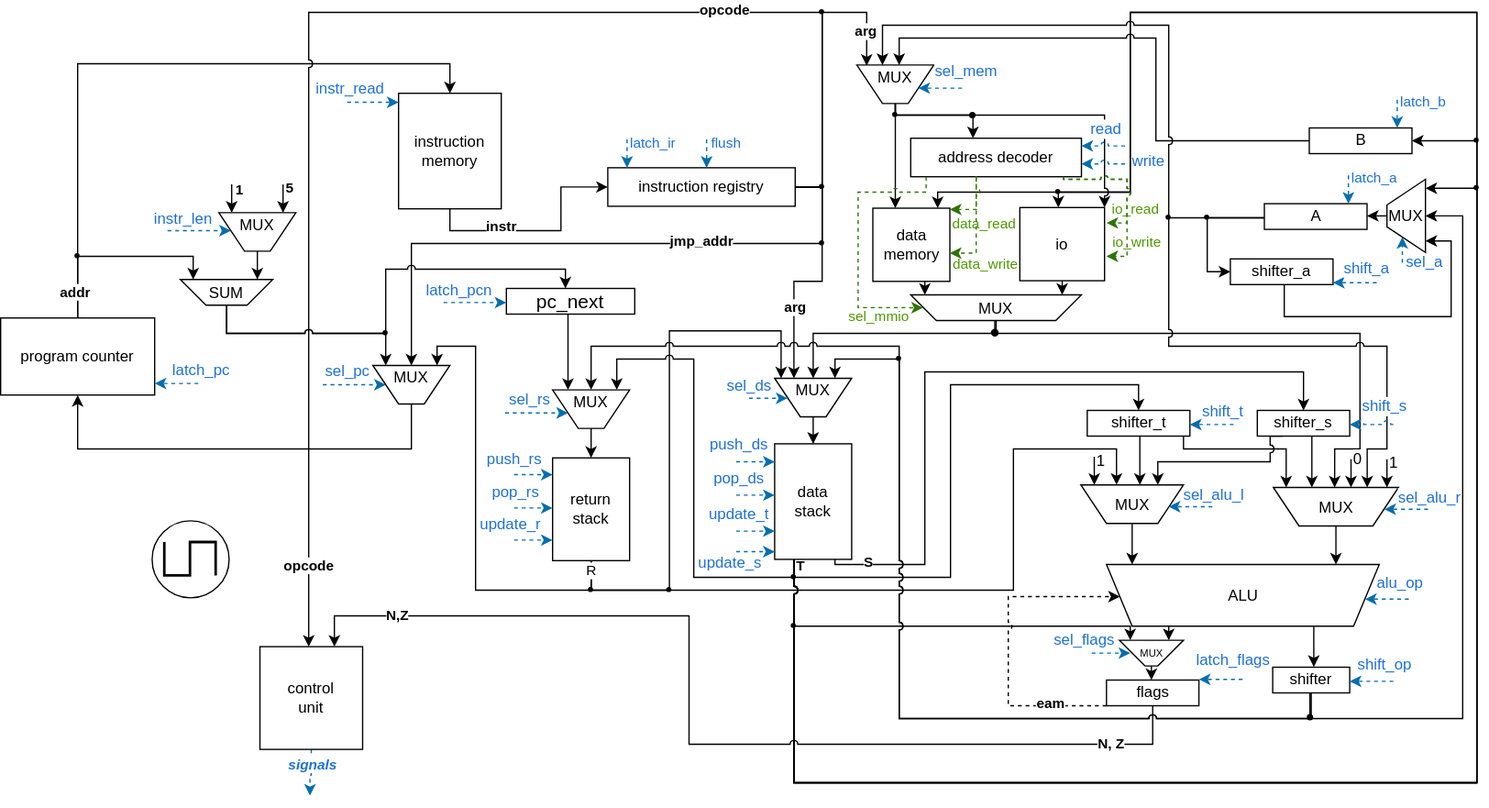
Above: CSA/Lab3/scheme/f32a-harv[-pipeline-2].svg in dxunvrs/ITMO (draw.io), before the change. Source tidied: cells renumbered, new cells last; positions are measured from the earlier drawing's top-left corner, leaving out a move shared by most shapes.
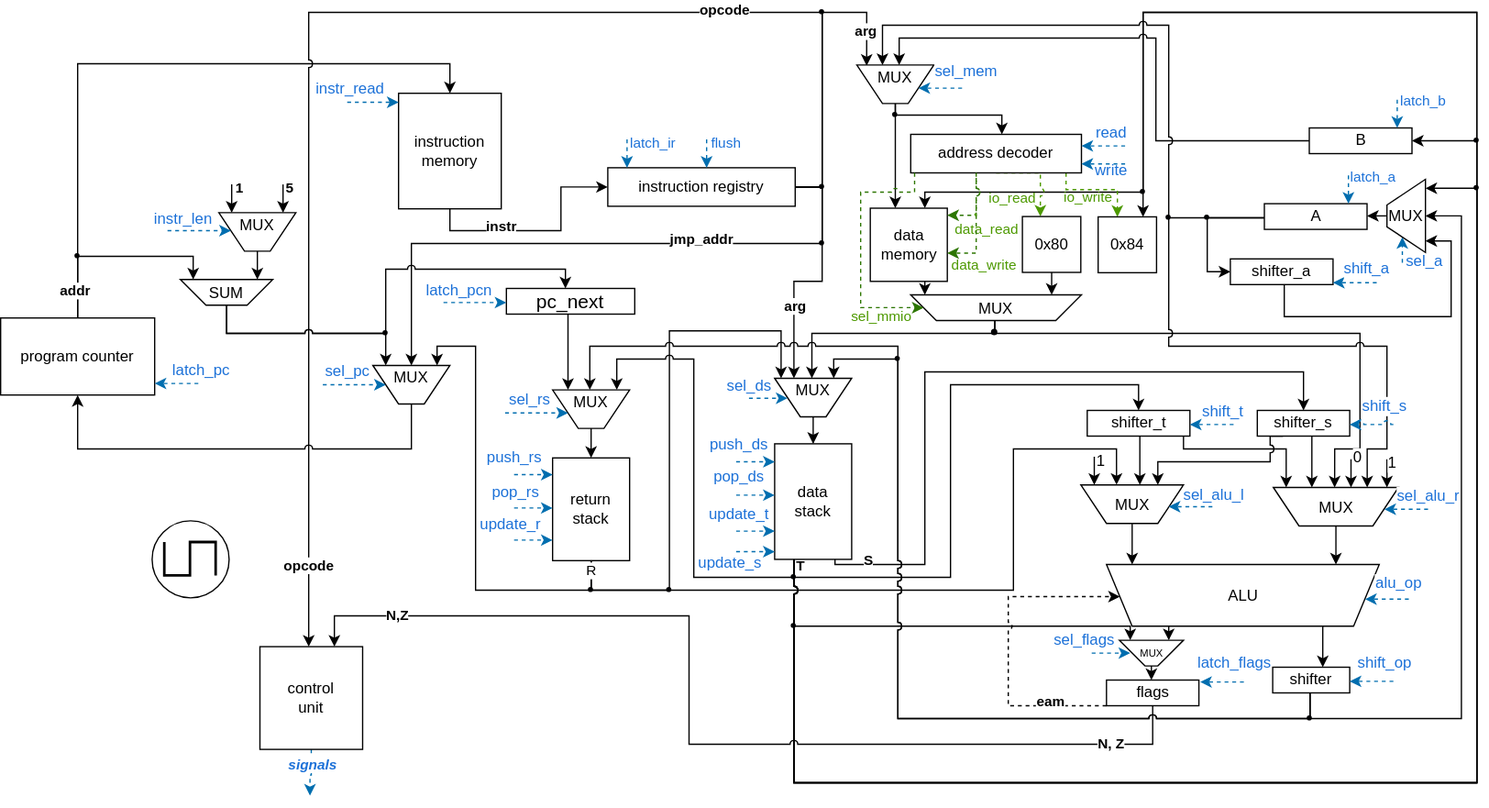
After the commit.

Commit message:
csa: another fix scheme

Change to the diagram source:
```diff
@@ -135,7 +135,9 @@
     </mxCell>
-    <mxCell id="25" style="edgeStyle=orthogonalEdgeStyle;rounded=0;jettySize=auto;html=1;" parent="1" edge="1" source="172" target="63">
+    <mxCell id="25" style="edgeStyle=orthogonalEdgeStyle;rounded=0;orthogonalLoop=1;jettySize=auto;html=1;" parent="1" edge="1">
       <mxGeometry x="0.33" relative="1" as="geometry">
+        <mxPoint x="774.5" y="242" as="sourcePoint" />
+        <mxPoint x="632" y="287" as="targetPoint" />
         <Array as="points">
-          <mxPoint x="775.5" y="252" />
-          <mxPoint x="633" y="252" />
+          <mxPoint x="774.5" y="252" />
+          <mxPoint x="632" y="252" />
         </Array>
@@ -264,6 +266,5 @@
     </mxCell>
-    <mxCell id="40" style="edgeStyle=orthogonalEdgeStyle;rounded=0;orthogonalLoop=1;jettySize=auto;html=1;exitX=0.25;exitY=1;exitDx=0;exitDy=0;jumpStyle=arc;" parent="1" edge="1">
-      <mxGeometry x="0.13" relative="1" as="geometry">
+    <mxCell id="40" style="edgeStyle=orthogonalEdgeStyle;rounded=0;jettySize=auto;html=1;exitX=0.25;exitY=1;exitDx=0;exitDy=0;jumpStyle=arc;" parent="1" edge="1" target="205">
+      <mxGeometry x="0.17" relative="1" as="geometry">
         <mxPoint x="618" y="428" as="sourcePoint" />
-        <mxPoint x="824" y="154" as="targetPoint" />
         <Array as="points">
@@ -272,5 +273,3 @@
           <mxPoint x="1150" y="2" />
-          <mxPoint x="880" y="2" />
-          <mxPoint x="880" y="142" />
-          <mxPoint x="824" y="142" />
+          <mxPoint x="890" y="2" />
         </Array>
@@ -279,5 +278,5 @@
     <mxCell id="41" style="edgeStyle=orthogonalEdgeStyle;rounded=0;orthogonalLoop=1;jettySize=auto;html=1;exitX=0.25;exitY=1;exitDx=0;exitDy=0;jumpStyle=arc;" parent="1" edge="1">
-      <mxGeometry x="0.68" relative="1" as="geometry">
+      <mxGeometry x="0.67" relative="1" as="geometry">
         <mxPoint x="618" y="428" as="sourcePoint" />
-        <mxPoint x="730" y="154.5" as="targetPoint" />
+        <mxPoint x="720" y="154.5" as="targetPoint" />
         <Array as="points">
@@ -286,5 +285,5 @@
           <mxPoint x="1150" y="2" />
-          <mxPoint x="880" y="2" />
-          <mxPoint x="880" y="142" />
-          <mxPoint x="730" y="142" />
+          <mxPoint x="890" y="2" />
+          <mxPoint x="890" y="142" />
+          <mxPoint x="720" y="142" />
         </Array>
@@ -340,8 +339,7 @@
     </mxCell>
-    <mxCell id="49" style="edgeStyle=orthogonalEdgeStyle;rounded=0;jettySize=auto;html=1;entryX=0.517;entryY=-0.013;entryDx=0;entryDy=0;entryPerimeter=0;" parent="1" edge="1" source="51">
-      <mxGeometry x="0.01" relative="1" as="geometry">
-        <mxPoint x="1023" y="511.7" as="targetPoint" />
+    <mxCell id="49" style="edgeStyle=orthogonalEdgeStyle;rounded=0;jettySize=auto;html=1;" parent="1" edge="1" source="51" target="80">
+      <mxGeometry x="0.03" relative="1" as="geometry">
         <Array as="points">
-          <mxPoint x="1023" y="490" />
-          <mxPoint x="1023" y="490" />
+          <mxPoint x="1030" y="510" />
+          <mxPoint x="1030" y="510" />
         </Array>
@@ -395,3 +393,3 @@
     </mxCell>
-    <mxCell id="58" style="edgeStyle=orthogonalEdgeStyle;rounded=0;jettySize=auto;html=1;" parent="1" edge="1" source="59" target="6">
+    <mxCell id="58" style="edgeStyle=orthogonalEdgeStyle;rounded=0;jettySize=auto;html=1;jumpStyle=arc;" parent="1" edge="1" source="59" target="6">
       <mxGeometry x="0.01" relative="1" as="geometry">
@@ -419,6 +417,6 @@
     <mxCell id="64" style="edgeStyle=orthogonalEdgeStyle;rounded=0;jettySize=auto;html=1;" parent="1" edge="1" source="67" target="163">
-      <mxGeometry x="-0.79" relative="1" as="geometry">
+      <mxGeometry x="-0.83" relative="1" as="geometry">
         <Array as="points">
           <mxPoint x="697" y="82" />
-          <mxPoint x="757.5" y="82" />
+          <mxPoint x="780" y="82" />
         </Array>
@@ -434,10 +432,2 @@
     </mxCell>
-    <mxCell id="66" style="edgeStyle=orthogonalEdgeStyle;rounded=0;jettySize=auto;html=1;jumpStyle=arc;" parent="1" edge="1" source="67" target="174">
-      <mxGeometry x="-0.16" relative="1" as="geometry">
-        <Array as="points">
-          <mxPoint x="697" y="82" />
-          <mxPoint x="860" y="82" />
-        </Array>
-      </mxGeometry>
-    </mxCell>
     <mxCell id="67" value="MUX" style="shape=trapezoid;perimeter=trapezoidPerimeter;whiteSpace=wrap;html=1;shapeInside=1;fixedSize=1;flipH=0;legacyAnchorPoints=0;flipV=1;" parent="1" vertex="1">
@@ -512,4 +502,4 @@
           <mxPoint x="1020" y="552" />
-          <mxPoint x="1139" y="552" />
-          <mxPoint x="1139" y="160.5" />
+          <mxPoint x="1138" y="552" />
+          <mxPoint x="1138" y="160.5" />
         </Array>
@@ -517,9 +507,10 @@
     </mxCell>
-    <mxCell id="78" style="edgeStyle=orthogonalEdgeStyle;rounded=0;jettySize=auto;html=1;jumpStyle=arc;" parent="1" edge="1" source="80" target="63">
+    <mxCell id="78" style="edgeStyle=orthogonalEdgeStyle;rounded=0;jettySize=auto;html=1;jumpStyle=arc;" parent="1" edge="1" source="80">
       <mxGeometry x="-0.1" relative="1" as="geometry">
+        <mxPoint x="649" y="287" as="targetPoint" />
         <Array as="points">
           <mxPoint x="1020" y="552" />
-          <mxPoint x="700" y="552" />
-          <mxPoint x="700" y="272" />
-          <mxPoint x="650" y="272" />
+          <mxPoint x="699" y="552" />
+          <mxPoint x="699" y="272" />
+          <mxPoint x="649" y="272" />
         </Array>
@@ -527,9 +518,10 @@
     </mxCell>
-    <mxCell id="79" style="edgeStyle=orthogonalEdgeStyle;rounded=0;jettySize=auto;html=1;jumpStyle=arc;" parent="1" edge="1" source="80" target="61">
+    <mxCell id="79" style="edgeStyle=orthogonalEdgeStyle;rounded=0;jettySize=auto;html=1;jumpStyle=arc;" parent="1" edge="1" source="80">
       <mxGeometry x="-0.03" relative="1" as="geometry">
+        <mxPoint x="459" y="296" as="targetPoint" />
         <Array as="points">
-          <mxPoint x="1021" y="552" />
-          <mxPoint x="700" y="552" />
-          <mxPoint x="700" y="262" />
-          <mxPoint x="460" y="262" />
+          <mxPoint x="1020" y="552" />
+          <mxPoint x="699" y="552" />
+          <mxPoint x="699" y="262" />
+          <mxPoint x="459" y="262" />
         </Array>
@@ -636,3 +628,3 @@
     <mxCell id="99" style="shape=ellipse;fillColor=#000103;strokeColor=none;html=1;sketch=0;" parent="1" vertex="1">
-      <mxGeometry x="1018" y="549" width="5" height="5" as="geometry" />
+      <mxGeometry x="1018" y="550" width="4" height="4" as="geometry" />
     </mxCell>
@@ -642,3 +634,3 @@
     <mxCell id="101" style="shape=ellipse;fillColor=#000103;strokeColor=none;html=1;sketch=0;" parent="1" vertex="1">
-      <mxGeometry x="772" y="249" width="6" height="6" as="geometry" />
+      <mxGeometry x="772" y="249" width="5" height="5" as="geometry" />
     </mxCell>
@@ -957,3 +949,3 @@
       <mxGeometry x="-0.59" y="1" relative="1" as="geometry">
-        <mxPoint x="7" y="-11" as="offset" />
+        <mxPoint x="6" y="-11" as="offset" />
       </mxGeometry>
@@ -1052,7 +1044,7 @@
       <mxGeometry x="-0.71" relative="1" as="geometry">
-        <mxPoint x="967.5" y="521.5" as="sourcePoint" />
-        <mxPoint x="933.5" y="521.5" as="targetPoint" />
+        <mxPoint x="968.5" y="523.5" as="sourcePoint" />
+        <mxPoint x="934.5" y="523.5" as="targetPoint" />
         <Array as="points">
-          <mxPoint x="947.5" y="521.5" />
-          <mxPoint x="947.5" y="521.5" />
+          <mxPoint x="948.5" y="523.5" />
+          <mxPoint x="948.5" y="523.5" />
         </Array>
@@ -1074,4 +1066,29 @@
     </mxCell>
+    <mxCell id="201" style="edgeStyle=orthogonalEdgeStyle;rounded=0;jettySize=auto;html=1;dashed=1;strokeColor=#4D9900;exitX=0.5;exitY=1;exitDx=0;exitDy=0;jumpStyle=arc;" parent="1" edge="1" source="163" target="204">
+      <mxGeometry x="0.11" relative="1" as="geometry">
+        <Array as="points">
+          <mxPoint x="810" y="127" />
+        </Array>
+      </mxGeometry>
+    </mxCell>
+    <mxCell id="168" value="io_read" style="edgeLabel;html=1;align=center;verticalAlign=middle;fontColor=#4D9900;labelBackgroundColor=none;" parent="201" vertex="1">
+      <mxGeometry x="0.17" relative="1" as="geometry">
+        <mxPoint x="-23" y="14" as="offset" />
+      </mxGeometry>
+    </mxCell>
+    <mxCell id="169" value="io_write" style="edgeLabel;html=1;align=center;verticalAlign=middle;fontColor=#4D9900;labelBackgroundColor=none;" parent="201" vertex="1">
+      <mxGeometry x="0.17" relative="1" as="geometry">
+        <mxPoint x="36" y="13" as="offset" />
+      </mxGeometry>
+    </mxCell>
+    <mxCell id="202" style="edgeStyle=orthogonalEdgeStyle;rounded=0;jettySize=auto;html=1;dashed=1;strokeColor=light-dark(#4D9900,#EDEDED);jumpStyle=arc;" parent="1" edge="1" source="163" target="205">
+      <mxGeometry x="0.05" relative="1" as="geometry">
+        <Array as="points">
+          <mxPoint x="830" y="140" />
+          <mxPoint x="870" y="140" />
+        </Array>
+      </mxGeometry>
+    </mxCell>
     <mxCell id="163" value="address decoder" style="rounded=0;whiteSpace=wrap;html=1;fontSize=12;" parent="1" vertex="1">
-      <mxGeometry x="709" y="100" width="133" height="30" as="geometry" />
+      <mxGeometry x="709" y="97" width="133" height="30" as="geometry" />
     </mxCell>
@@ -1086,10 +1103,9 @@
     <mxCell id="165" value="data&lt;br&gt;memory" style="rounded=0;whiteSpace=wrap;html=1;fontSize=12;" parent="1" vertex="1">
-      <mxGeometry x="679.5" y="154.5" width="60" height="57" as="geometry" />
+      <mxGeometry x="677.5" y="154.5" width="60" height="57" as="geometry" />
     </mxCell>
-    <mxCell id="166" style="edgeStyle=orthogonalEdgeStyle;rounded=0;orthogonalLoop=1;jettySize=auto;html=1;fillColor=#60a917;strokeColor=#2D7600;dashed=1;" parent="1" edge="1">
-      <mxGeometry x="-0.15" relative="1" as="geometry">
+    <mxCell id="166" style="edgeStyle=orthogonalEdgeStyle;rounded=0;jettySize=auto;html=1;fillColor=#60a917;strokeColor=#2D7600;dashed=1;jumpStyle=arc;" parent="1" edge="1" target="165">
+      <mxGeometry x="-0.26" relative="1" as="geometry">
         <mxPoint x="760" y="131" as="sourcePoint" />
-        <mxPoint x="739.5" y="155.5" as="targetPoint" />
         <Array as="points">
-          <mxPoint x="760" y="155.5" />
+          <mxPoint x="760" y="160" />
         </Array>
@@ -1098,18 +1114,8 @@
     <mxCell id="167" value="&lt;span style=&quot;color: rgb(77, 153, 0);&quot;&gt;data_write&lt;/span&gt;" style="edgeLabel;html=1;align=center;verticalAlign=middle;" parent="166" vertex="1">
-      <mxGeometry x="0.52" relative="1" as="geometry">
-        <mxPoint x="16" y="42" as="offset" />
+      <mxGeometry x="0.45" relative="1" as="geometry">
+        <mxPoint x="13" y="38" as="offset" />
       </mxGeometry>
     </mxCell>
-    <mxCell id="168" value="&lt;span style=&quot;color: rgb(77, 153, 0);&quot;&gt;io_read&lt;/span&gt;" style="edgeLabel;html=1;align=center;verticalAlign=middle;" parent="166" vertex="1">
-      <mxGeometry x="0.52" relative="1" as="geometry">
-        <mxPoint x="133" y="-1" as="offset" />
-      </mxGeometry>
-    </mxCell>
-    <mxCell id="169" value="&lt;span style=&quot;color: rgb(77, 153, 0);&quot;&gt;io_write&lt;/span&gt;" style="edgeLabel;html=1;align=center;verticalAlign=middle;" parent="166" vertex="1">
-      <mxGeometry x="0.52" relative="1" as="geometry">
-        <mxPoint x="134" y="25" as="offset" />
-      </mxGeometry>
-    </mxCell>
     <mxCell id="170" value="&lt;span style=&quot;color: rgb(77, 153, 0);&quot;&gt;data_read&lt;/span&gt;" style="edgeLabel;html=1;align=center;verticalAlign=middle;" parent="166" vertex="1">
-      <mxGeometry x="0.52" relative="1" as="geometry">
+      <mxGeometry x="0.45" relative="1" as="geometry">
         <mxPoint x="15" y="11" as="offset" />
@@ -1117,6 +1123,4 @@
     </mxCell>
-    <mxCell id="171" style="edgeStyle=orthogonalEdgeStyle;rounded=0;orthogonalLoop=1;jettySize=auto;html=1;fillColor=#60a917;strokeColor=#2D7600;dashed=1;jumpStyle=arc;" parent="1" edge="1">
-      <mxGeometry relative="1" as="geometry">
-        <mxPoint x="760" y="129.5" as="sourcePoint" />
-        <mxPoint x="739.5" y="189.5" as="targetPoint" />
+    <mxCell id="171" style="edgeStyle=orthogonalEdgeStyle;rounded=0;jettySize=auto;html=1;fillColor=#60a917;strokeColor=#2D7600;dashed=1;jumpStyle=arc;" parent="1" edge="1" source="163" target="165">
+      <mxGeometry x="-0.01" relative="1" as="geometry">
         <Array as="points">
@@ -1129,42 +1133,9 @@
     </mxCell>
-    <mxCell id="173" style="edgeStyle=orthogonalEdgeStyle;rounded=0;jettySize=auto;html=1;" parent="1" edge="1" source="174" target="172">
-      <mxGeometry relative="1" as="geometry">
-        <Array as="points">
-          <mxPoint x="820" y="202" />
-          <mxPoint x="820" y="202" />
-        </Array>
-      </mxGeometry>
-    </mxCell>
-    <mxCell id="174" value="io" style="rounded=0;whiteSpace=wrap;html=1;fontSize=12;" parent="1" vertex="1">
-      <mxGeometry x="794" y="154" width="66" height="57" as="geometry" />
-    </mxCell>
-    <mxCell id="175" style="edgeStyle=orthogonalEdgeStyle;rounded=0;orthogonalLoop=1;jettySize=auto;html=1;fillColor=#60a917;strokeColor=#2D7600;dashed=1;jumpStyle=arc;" parent="1" edge="1">
-      <mxGeometry x="-0.45" relative="1" as="geometry">
-        <mxPoint x="828" y="130" as="sourcePoint" />
-        <mxPoint x="861.5" y="166" as="targetPoint" />
-        <Array as="points">
-          <mxPoint x="828" y="132" />
-          <mxPoint x="877.5" y="132" />
-          <mxPoint x="877.5" y="166" />
-        </Array>
-      </mxGeometry>
-    </mxCell>
-    <mxCell id="176" style="edgeStyle=orthogonalEdgeStyle;rounded=0;orthogonalLoop=1;jettySize=auto;html=1;fillColor=#60a917;strokeColor=#2D7600;dashed=1;jumpStyle=arc;" parent="1" edge="1">
-      <mxGeometry x="-0.56" relative="1" as="geometry">
-        <mxPoint x="828" y="130" as="sourcePoint" />
-        <mxPoint x="861.5" y="192" as="targetPoint" />
-        <Array as="points">
-          <mxPoint x="828" y="132" />
-          <mxPoint x="877.5" y="132" />
-          <mxPoint x="877.5" y="192" />
-        </Array>
-      </mxGeometry>
-    </mxCell>
-    <mxCell id="177" style="edgeStyle=orthogonalEdgeStyle;rounded=0;jettySize=auto;html=1;fillColor=#60a917;strokeColor=#2D7600;dashed=1;jumpStyle=arc;" parent="1" edge="1" source="163">
-      <mxGeometry x="0.04" relative="1" as="geometry">
-        <mxPoint x="718.5" y="232" as="targetPoint" />
+    <mxCell id="177" style="edgeStyle=orthogonalEdgeStyle;rounded=0;jettySize=auto;html=1;fillColor=#60a917;strokeColor=#2D7600;dashed=1;jumpStyle=arc;" parent="1" edge="1" target="172">
+      <mxGeometry relative="1" as="geometry">
+        <mxPoint x="712" y="127" as="sourcePoint" />
         <Array as="points">
-          <mxPoint x="721" y="142" />
-          <mxPoint x="668" y="142" />
-          <mxPoint x="668" y="232" />
+          <mxPoint x="712" y="142" />
+          <mxPoint x="670" y="142" />
+          <mxPoint x="670" y="232" />
         </Array>
@@ -1180,9 +1151,6 @@
     </mxCell>
-    <mxCell id="180" style="shape=ellipse;fillColor=#000103;strokeColor=none;html=1;sketch=0;" parent="1" vertex="1">
-      <mxGeometry x="755" y="80" width="5" height="5" as="geometry" />
-    </mxCell>
     <mxCell id="181" style="shape=ellipse;fillColor=#000103;strokeColor=none;html=1;sketch=0;" parent="1" vertex="1">
-      <mxGeometry x="822" y="140" width="4" height="4" as="geometry" />
+      <mxGeometry x="888" y="140" width="4" height="4" as="geometry" />
     </mxCell>
-    <mxCell id="182" style="edgeStyle=orthogonalEdgeStyle;rounded=0;orthogonalLoop=1;jettySize=auto;html=1;fontSize=12;fillColor=#1ba1e2;strokeColor=#006EAF;dashed=1;jumpStyle=arc;" parent="1" edge="1">
+    <mxCell id="182" style="edgeStyle=orthogonalEdgeStyle;rounded=0;orthogonalLoop=1;jettySize=auto;html=1;fontSize=12;fillColor=#1ba1e2;strokeColor=#006EAF;dashed=1;jumpStyle=none;" parent="1" edge="1">
       <mxGeometry x="-0.71" relative="1" as="geometry">
@@ -1198,6 +1166,6 @@
       <mxGeometry x="-0.59" y="1" relative="1" as="geometry">
-        <mxPoint x="-9" y="-15" as="offset" />
+        <mxPoint x="-5" y="-11" as="offset" />
       </mxGeometry>
     </mxCell>
-    <mxCell id="184" style="edgeStyle=orthogonalEdgeStyle;rounded=0;orthogonalLoop=1;jettySize=auto;html=1;fontSize=12;fillColor=#1ba1e2;strokeColor=#006EAF;dashed=1;jumpStyle=arc;" parent="1" edge="1">
+    <mxCell id="184" style="edgeStyle=orthogonalEdgeStyle;rounded=0;orthogonalLoop=1;jettySize=auto;html=1;fontSize=12;fillColor=#1ba1e2;strokeColor=#006EAF;dashed=1;jumpStyle=none;" parent="1" edge="1">
       <mxGeometry x="-0.71" relative="1" as="geometry">
@@ -1211,5 +1179,5 @@
     </mxCell>
-    <mxCell id="185" value="write" style="edgeLabel;html=1;align=center;verticalAlign=middle;fontSize=12;fontColor=light-dark(#1C71D8,#33FFFF);" parent="184" vertex="1">
+    <mxCell id="185" value="write" style="edgeLabel;html=1;align=center;verticalAlign=middle;fontSize=12;fontColor=light-dark(#1C71D8,#33FFFF);labelBackgroundColor=none;" parent="184" vertex="1">
       <mxGeometry x="-0.59" y="1" relative="1" as="geometry">
-        <mxPoint x="24" y="-4" as="offset" />
+        <mxPoint x="-5" y="4" as="offset" />
       </mxGeometry>
@@ -1248,3 +1216,3 @@
     <mxCell id="190" style="shape=ellipse;fillColor=#000103;strokeColor=none;html=1;sketch=0;" parent="1" vertex="1">
-      <mxGeometry x="698" y="270" width="4" height="4" as="geometry" />
+      <mxGeometry x="697" y="270" width="4" height="4" as="geometry" />
     </mxCell>
@@ -1317,2 +1285,19 @@
     </mxCell>
+    <mxCell id="203" style="edgeStyle=orthogonalEdgeStyle;rounded=0;jettySize=auto;html=1;" parent="1" edge="1" source="204" target="172">
+      <mxGeometry relative="1" as="geometry">
+        <Array as="points">
+          <mxPoint x="818.8" y="220" />
+          <mxPoint x="818.8" y="220" />
+        </Array>
+      </mxGeometry>
+    </mxCell>
+    <mxCell id="204" value="0x80" style="rounded=0;whiteSpace=wrap;html=1;fontSize=12;" parent="1" vertex="1">
+      <mxGeometry x="796" y="161" width="45.5" height="43.5" as="geometry" />
+    </mxCell>
+    <mxCell id="205" value="0x84" style="rounded=0;whiteSpace=wrap;html=1;fontSize=12;" parent="1" vertex="1">
+      <mxGeometry x="855" y="161.2" width="45.5" height="43.5" as="geometry" />
+    </mxCell>
+    <mxCell id="206" style="shape=ellipse;fillColor=#4D9900;strokeColor=none;html=1;sketch=0;dashed=1;strokeWidth=0;" parent="1" vertex="1">
+      <mxGeometry x="759" y="159" width="2" height="2" as="geometry" />
+    </mxCell>
   </root>
```
